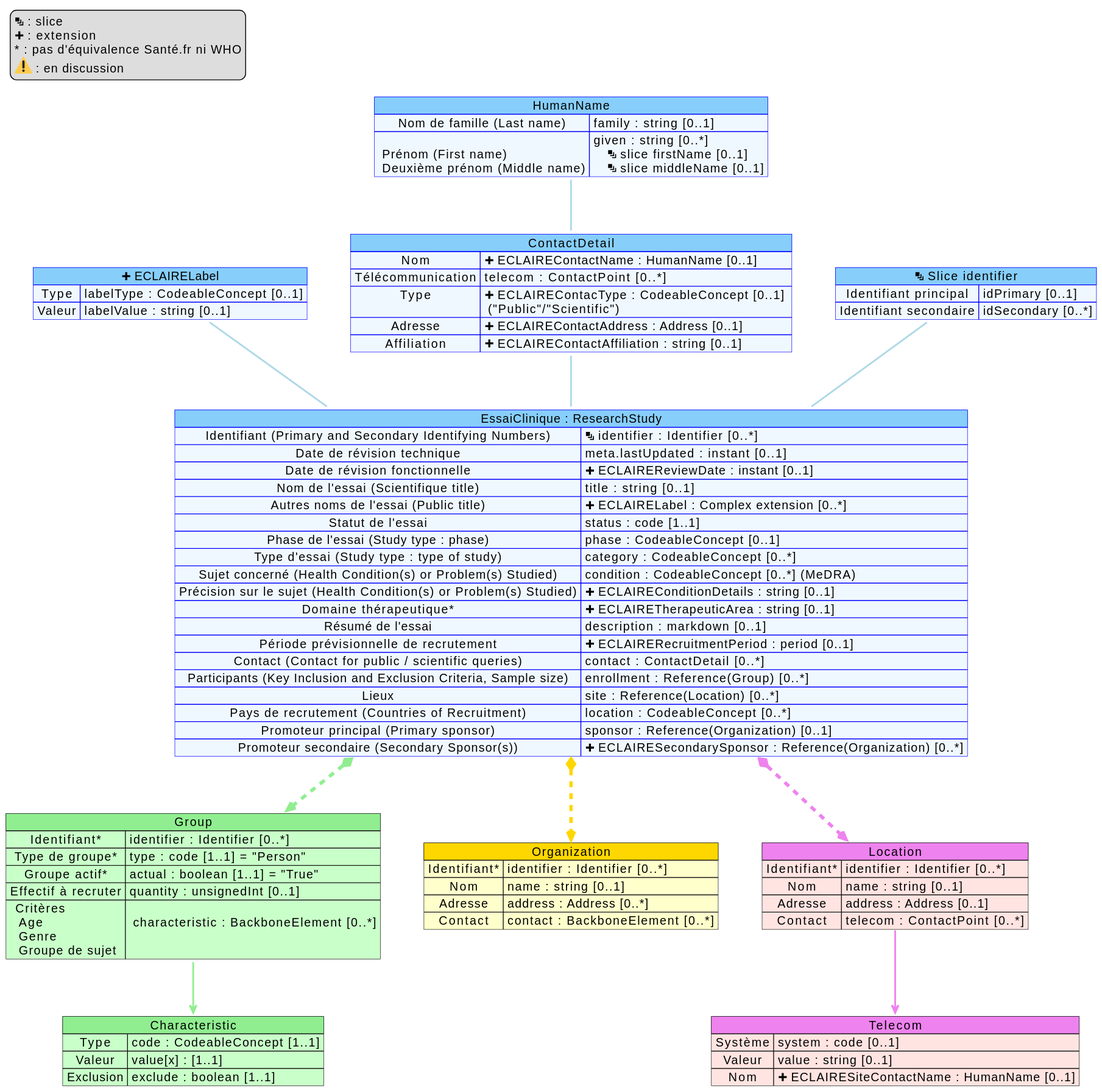
Before: input/images/mappingResearchStudy.svg, a diagram exported from PlantUML (ansforge/essais-cliniques).
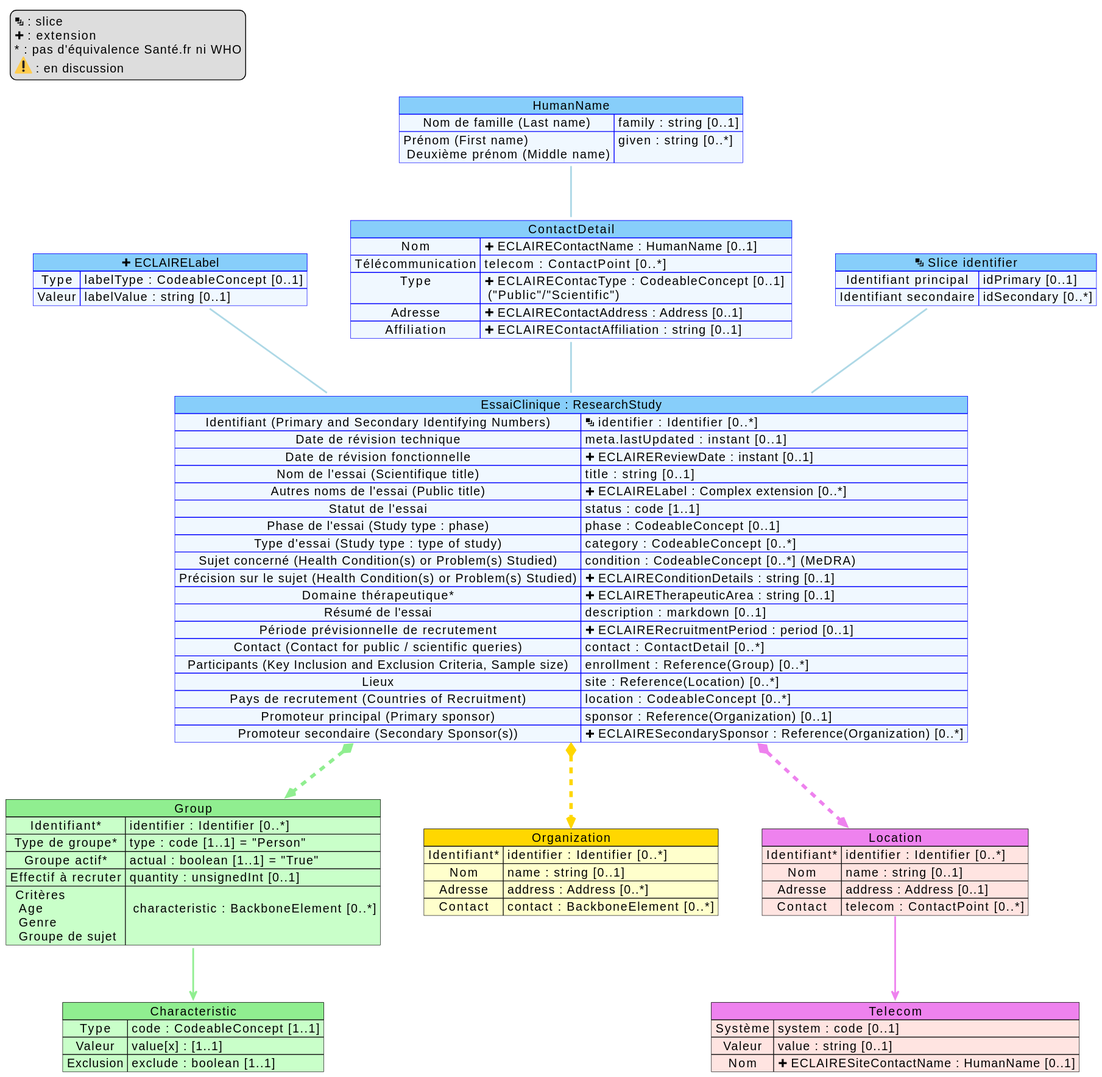
The same file after the commit.

Commit message:
Maj mapping nom contact

Diff of the diagram source:
```diff
@@ -10,7 +10,7 @@
 
 map "HumanName" as slice_name #back:AliceBlue;header:LightSkyBlue;line:blue {
     Nom de famille (Last name) => family : string [0..1]
-    \n Prénom (First name) \n Deuxième prénom (Middle name) => given : string [0..*] \n    <&layers> slice firstName [0..1] \n    <&layers> slice middleName [0..1]
+    Prénom (First name) \n Deuxième prénom (Middle name) => given : string [0..*]
 }
 
 map "<&layers> Slice identifier" as slice_identifier #back:AliceBlue;header:LightSkyBlue;line:blue {
```
